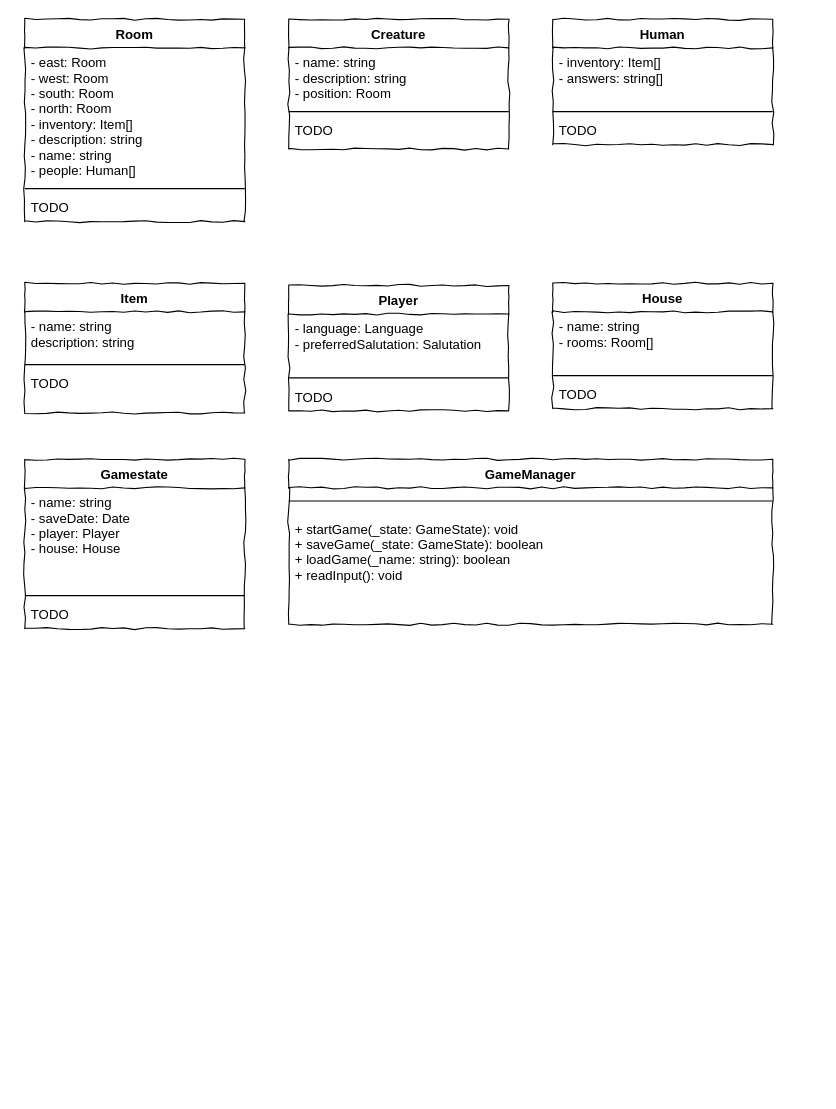
Before: concept/classes.drawio in AljoshaVieth/SoftwareDesignTextAdventure, a draw.io diagram. Source tidied: cells renumbered, new cells numbered last; positions are measured from the earlier drawing's top-left corner, leaving out a move shared by most shapes. Both pictures are drawn from the tidied source at 110%, with x=0, y=0 at pixel (24, 19).
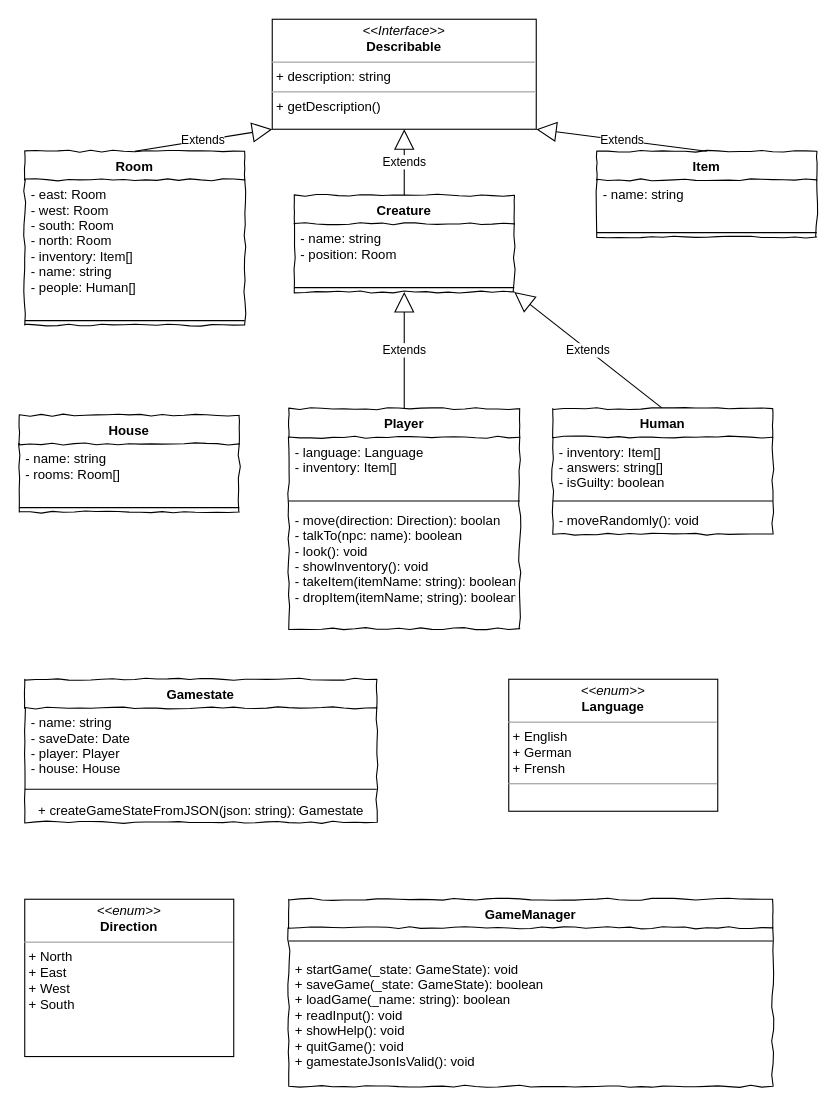
The same diagram, later.

Diff of the diagram source:
```diff
@@
+    <mxCell id="26" value="Gamestate" style="swimlane;fontStyle=1;align=center;verticalAlign=top;horizontal=1;startSize=26;rounded=0;shadow=0;comic=1;strokeWidth=1;" parent="1" vertex="1">
+      <mxGeometry y="600" width="320" height="130" as="geometry" />
+    </mxCell>
+    <mxCell id="27" value="- name: string&#10;- saveDate: Date&#10;- player: Player&#10;- house: House" style="text;strokeColor=none;fillColor=none;align=left;verticalAlign=top;spacingLeft=4;spacingRight=4;overflow=hidden;" parent="26" vertex="1">
+      <mxGeometry y="26" width="320" height="64" as="geometry" />
+    </mxCell>
+    <mxCell id="28" style="line;strokeWidth=1;fillColor=none;align=left;verticalAlign=middle;spacingTop=-1;spacingLeft=3;spacingRight=3;labelPosition=right;" parent="26" vertex="1">
+      <mxGeometry y="90" width="320" height="20" as="geometry" />
+    </mxCell>
+    <mxCell id="33" value="+ createGameStateFromJSON(json: string): Gamestate" style="text;html=1;align=center;verticalAlign=middle;" parent="26" vertex="1">
+      <mxGeometry y="110" width="320" height="20" as="geometry" />
+    </mxCell>
     <mxCell id="2" value="Room" style="swimlane;fontStyle=1;align=center;verticalAlign=top;horizontal=1;startSize=26;rounded=0;shadow=0;comic=1;strokeWidth=1;" parent="1" vertex="1">
-      <mxGeometry width="200" height="184" as="geometry" />
+      <mxGeometry y="120" width="200" height="158" as="geometry" />
     </mxCell>
-    <mxCell id="3" value="- east: Room&#10;- west: Room&#10;- south: Room&#10;- north: Room&#10;- inventory: Item[]&#10;- description: string&#10;- name: string&#10;- people: Human[]" style="text;strokeColor=none;fillColor=none;align=left;verticalAlign=top;spacingLeft=4;spacingRight=4;overflow=hidden;" parent="2" vertex="1">
+    <mxCell id="3" value="- east: Room&#10;- west: Room&#10;- south: Room&#10;- north: Room&#10;- inventory: Item[]&#10;- name: string&#10;- people: Human[]" style="text;strokeColor=none;fillColor=none;align=left;verticalAlign=top;spacingLeft=4;spacingRight=4;overflow=hidden;" parent="2" vertex="1">
       <mxGeometry y="26" width="200" height="124" as="geometry" />
     </mxCell>
@@
-    <mxCell id="5" value="TODO" style="text;strokeColor=none;fillColor=none;align=left;verticalAlign=top;spacingLeft=4;spacingRight=4;overflow=hidden;" parent="2" vertex="1">
-      <mxGeometry y="158" width="200" height="26" as="geometry" />
-    </mxCell>
     <mxCell id="6" value="Item" style="swimlane;fontStyle=1;align=center;verticalAlign=top;horizontal=1;startSize=26;rounded=0;shadow=0;comic=1;strokeWidth=1;" parent="1" vertex="1">
-      <mxGeometry y="240" width="200" height="118" as="geometry" />
+      <mxGeometry x="520" y="120" width="200" height="78" as="geometry" />
     </mxCell>
-    <mxCell id="7" value="- name: string&#10;description: string" style="text;strokeColor=none;fillColor=none;align=left;verticalAlign=top;spacingLeft=4;spacingRight=4;overflow=hidden;" parent="6" vertex="1">
+    <mxCell id="7" value="- name: string" style="text;strokeColor=none;fillColor=none;align=left;verticalAlign=top;spacingLeft=4;spacingRight=4;overflow=hidden;" parent="6" vertex="1">
       <mxGeometry y="26" width="200" height="44" as="geometry" />
     </mxCell>
@@
-    <mxCell id="9" value="TODO" style="text;strokeColor=none;fillColor=none;align=left;verticalAlign=top;spacingLeft=4;spacingRight=4;overflow=hidden;" parent="6" vertex="1">
-      <mxGeometry y="78" width="200" height="40" as="geometry" />
-    </mxCell>
+    <mxCell id="34" value="&lt;p style=&quot;margin: 0px ; margin-top: 4px ; text-align: center&quot;&gt;&lt;i&gt;&amp;lt;&amp;lt;enum&amp;gt;&amp;gt;&lt;/i&gt;&lt;br&gt;&lt;b&gt;Direction&lt;/b&gt;&lt;/p&gt;&lt;hr size=&quot;1&quot;&gt;&lt;p style=&quot;margin: 0px ; margin-left: 4px&quot;&gt;+ North&lt;br&gt;+ East&lt;/p&gt;&lt;p style=&quot;margin: 0px ; margin-left: 4px&quot;&gt;+ West&lt;/p&gt;&lt;p style=&quot;margin: 0px ; margin-left: 4px&quot;&gt;+ South&lt;/p&gt;" style="verticalAlign=top;align=left;overflow=fill;fontSize=12;fontFamily=Helvetica;html=1;" parent="1" vertex="1">
+      <mxGeometry y="800" width="190" height="143" as="geometry" />
+    </mxCell>
+    <mxCell id="35" value="Extends" style="endArrow=block;endSize=16;endFill=0;html=1;exitX=0.5;exitY=0;exitDx=0;exitDy=0;entryX=0.5;entryY=1;entryDx=0;entryDy=0;" parent="1" edge="1" source="22" target="14">
+      <mxGeometry relative="1" as="geometry" />
+    </mxCell>
+    <mxCell id="36" value="Extends" style="endArrow=block;endSize=16;endFill=0;html=1;exitX=0.5;exitY=0;exitDx=0;exitDy=0;entryX=1;entryY=1;entryDx=0;entryDy=0;" parent="1" edge="1" source="10" target="14">
+      <mxGeometry relative="1" as="geometry" />
+    </mxCell>
+    <mxCell id="37" value="&lt;p style=&quot;margin: 0px ; margin-top: 4px ; text-align: center&quot;&gt;&lt;i&gt;&amp;lt;&amp;lt;Interface&amp;gt;&amp;gt;&lt;/i&gt;&lt;br&gt;&lt;b&gt;Describable&lt;/b&gt;&lt;br&gt;&lt;/p&gt;&lt;hr size=&quot;1&quot;&gt;&lt;p style=&quot;margin: 0px ; margin-left: 4px&quot;&gt;+ description: string&lt;br&gt;&lt;/p&gt;&lt;hr size=&quot;1&quot;&gt;&lt;p style=&quot;margin: 0px ; margin-left: 4px&quot;&gt;+ getDescription()&lt;/p&gt;" style="verticalAlign=top;align=left;overflow=fill;fontSize=12;fontFamily=Helvetica;html=1;" parent="1" vertex="1">
+      <mxGeometry x="225" width="240" height="100" as="geometry" />
+    </mxCell>
+    <mxCell id="22" value="Player" style="swimlane;fontStyle=1;align=center;verticalAlign=top;horizontal=1;startSize=26;rounded=0;shadow=0;comic=1;strokeWidth=1;" parent="1" vertex="1">
+      <mxGeometry x="240" y="354" width="210" height="200" as="geometry" />
+    </mxCell>
+    <mxCell id="23" value="- language: Language&#10;- inventory: Item[]" style="text;strokeColor=none;fillColor=none;align=left;verticalAlign=top;spacingLeft=4;spacingRight=4;overflow=hidden;" parent="22" vertex="1">
+      <mxGeometry y="26" width="210" height="54" as="geometry" />
+    </mxCell>
+    <mxCell id="24" style="line;strokeWidth=1;fillColor=none;align=left;verticalAlign=middle;spacingTop=-1;spacingLeft=3;spacingRight=3;labelPosition=right;" parent="22" vertex="1">
+      <mxGeometry y="80" width="210" height="8" as="geometry" />
+    </mxCell>
+    <mxCell id="25" value="- move(direction: Direction): boolan&#10;- talkTo(npc: name): boolean&#10;- look(): void&#10;- showInventory(): void&#10;- takeItem(itemName: string): boolean&#10;- dropItem(itemName; string): boolean&#10;" style="text;strokeColor=none;fillColor=none;align=left;verticalAlign=top;spacingLeft=4;spacingRight=4;overflow=hidden;" parent="22" vertex="1">
+      <mxGeometry y="88" width="210" height="112" as="geometry" />
+    </mxCell>
     <mxCell id="10" value="Human" style="swimlane;fontStyle=1;align=center;verticalAlign=top;horizontal=1;startSize=26;rounded=0;shadow=0;comic=1;strokeWidth=1;" parent="1" vertex="1">
-      <mxGeometry x="480" width="200" height="114" as="geometry" />
+      <mxGeometry x="480" y="354" width="200" height="114" as="geometry" />
     </mxCell>
-    <mxCell id="11" value="- inventory: Item[]&#10;- answers: string[]" style="text;strokeColor=none;fillColor=none;align=left;verticalAlign=top;spacingLeft=4;spacingRight=4;overflow=hidden;" parent="10" vertex="1">
+    <mxCell id="11" value="- inventory: Item[]&#10;- answers: string[]&#10;- isGuilty: boolean" style="text;strokeColor=none;fillColor=none;align=left;verticalAlign=top;spacingLeft=4;spacingRight=4;overflow=hidden;" parent="10" vertex="1">
       <mxGeometry y="26" width="200" height="54" as="geometry" />
     </mxCell>
@@
-    <mxCell id="13" value="TODO" style="text;strokeColor=none;fillColor=none;align=left;verticalAlign=top;spacingLeft=4;spacingRight=4;overflow=hidden;" parent="10" vertex="1">
+    <mxCell id="13" value="- moveRandomly(): void" style="text;strokeColor=none;fillColor=none;align=left;verticalAlign=top;spacingLeft=4;spacingRight=4;overflow=hidden;" parent="10" vertex="1">
       <mxGeometry y="88" width="200" height="26" as="geometry" />
     </mxCell>
     <mxCell id="14" value="Creature" style="swimlane;fontStyle=1;align=center;verticalAlign=top;horizontal=1;startSize=26;rounded=0;shadow=0;comic=1;strokeWidth=1;" parent="1" vertex="1">
-      <mxGeometry x="240" width="200" height="118" as="geometry" />
+      <mxGeometry x="245" y="160" width="200" height="88" as="geometry" />
     </mxCell>
-    <mxCell id="15" value="- name: string&#10;- description: string&#10;- position: Room" style="text;strokeColor=none;fillColor=none;align=left;verticalAlign=top;spacingLeft=4;spacingRight=4;overflow=hidden;" parent="14" vertex="1">
+    <mxCell id="15" value="- name: string&#10;- position: Room" style="text;strokeColor=none;fillColor=none;align=left;verticalAlign=top;spacingLeft=4;spacingRight=4;overflow=hidden;" parent="14" vertex="1">
       <mxGeometry y="26" width="200" height="54" as="geometry" />
     </mxCell>
@@
-    <mxCell id="17" value="TODO" style="text;strokeColor=none;fillColor=none;align=left;verticalAlign=top;spacingLeft=4;spacingRight=4;overflow=hidden;" parent="14" vertex="1">
-      <mxGeometry y="88" width="200" height="30" as="geometry" />
-    </mxCell>
+    <mxCell id="38" value="Extends" style="endArrow=block;endSize=16;endFill=0;html=1;exitX=0.5;exitY=0;exitDx=0;exitDy=0;entryX=0.5;entryY=1;entryDx=0;entryDy=0;" parent="1" edge="1" source="14" target="37">
+      <mxGeometry relative="1" as="geometry" />
+    </mxCell>
+    <mxCell id="30" value="GameManager" style="swimlane;fontStyle=1;align=center;verticalAlign=top;horizontal=1;startSize=26;rounded=0;shadow=0;comic=1;strokeWidth=1;" parent="1" vertex="1">
+      <mxGeometry x="240" y="800" width="440" height="170" as="geometry" />
+    </mxCell>
+    <mxCell id="31" style="line;strokeWidth=1;fillColor=none;align=left;verticalAlign=middle;spacingTop=-1;spacingLeft=3;spacingRight=3;labelPosition=right;" parent="30" vertex="1">
+      <mxGeometry y="26" width="440" height="24" as="geometry" />
+    </mxCell>
+    <mxCell id="32" value="+ startGame(_state: GameState): void&#10;+ saveGame(_state: GameState): boolean&#10;+ loadGame(_name: string): boolean&#10;+ readInput(): void&#10;+ showHelp(): void&#10;+ quitGame(): void&#10;+ gamestateJsonIsValid(): void" style="text;strokeColor=none;fillColor=none;align=left;verticalAlign=top;spacingLeft=4;spacingRight=4;overflow=hidden;" parent="30" vertex="1">
+      <mxGeometry y="50" width="440" height="120" as="geometry" />
+    </mxCell>
+    <mxCell id="39" value="Extends" style="endArrow=block;endSize=16;endFill=0;html=1;exitX=0.5;exitY=0;exitDx=0;exitDy=0;entryX=0;entryY=1;entryDx=0;entryDy=0;" parent="1" edge="1" source="2" target="37">
+      <mxGeometry relative="1" as="geometry" />
+    </mxCell>
+    <mxCell id="40" value="Extends" style="endArrow=block;endSize=16;endFill=0;html=1;exitX=0.5;exitY=0;exitDx=0;exitDy=0;entryX=1;entryY=1;entryDx=0;entryDy=0;" parent="1" edge="1" source="6" target="37">
+      <mxGeometry relative="1" as="geometry" />
+    </mxCell>
     <mxCell id="18" value="House" style="swimlane;fontStyle=1;align=center;verticalAlign=top;horizontal=1;startSize=26;rounded=0;shadow=0;comic=1;strokeWidth=1;" parent="1" vertex="1">
-      <mxGeometry x="480" y="240" width="200" height="114" as="geometry" />
+      <mxGeometry x="-5" y="360" width="200" height="88" as="geometry" />
     </mxCell>
@@
-    <mxCell id="21" value="TODO" style="text;strokeColor=none;fillColor=none;align=left;verticalAlign=top;spacingLeft=4;spacingRight=4;overflow=hidden;" parent="18" vertex="1">
-      <mxGeometry y="88" width="200" height="26" as="geometry" />
-    </mxCell>
-    <mxCell id="22" value="Player" style="swimlane;fontStyle=1;align=center;verticalAlign=top;horizontal=1;startSize=26;rounded=0;shadow=0;comic=1;strokeWidth=1;" parent="1" vertex="1">
-      <mxGeometry x="240" y="242" width="200" height="114" as="geometry" />
-    </mxCell>
-    <mxCell id="23" value="- language: Language&#10;- preferredSalutation: Salutation" style="text;strokeColor=none;fillColor=none;align=left;verticalAlign=top;spacingLeft=4;spacingRight=4;overflow=hidden;" parent="22" vertex="1">
-      <mxGeometry y="26" width="200" height="54" as="geometry" />
-    </mxCell>
-    <mxCell id="24" style="line;strokeWidth=1;fillColor=none;align=left;verticalAlign=middle;spacingTop=-1;spacingLeft=3;spacingRight=3;labelPosition=right;" parent="22" vertex="1">
-      <mxGeometry y="80" width="200" height="8" as="geometry" />
-    </mxCell>
-    <mxCell id="25" value="TODO" style="text;strokeColor=none;fillColor=none;align=left;verticalAlign=top;spacingLeft=4;spacingRight=4;overflow=hidden;" parent="22" vertex="1">
-      <mxGeometry y="88" width="200" height="26" as="geometry" />
-    </mxCell>
-    <mxCell id="26" value="Gamestate" style="swimlane;fontStyle=1;align=center;verticalAlign=top;horizontal=1;startSize=26;rounded=0;shadow=0;comic=1;strokeWidth=1;" parent="1" vertex="1">
-      <mxGeometry y="400" width="200" height="154" as="geometry" />
-    </mxCell>
-    <mxCell id="27" value="- name: string&#10;- saveDate: Date&#10;- player: Player&#10;- house: House" style="text;strokeColor=none;fillColor=none;align=left;verticalAlign=top;spacingLeft=4;spacingRight=4;overflow=hidden;" parent="26" vertex="1">
-      <mxGeometry y="26" width="200" height="94" as="geometry" />
-    </mxCell>
-    <mxCell id="28" style="line;strokeWidth=1;fillColor=none;align=left;verticalAlign=middle;spacingTop=-1;spacingLeft=3;spacingRight=3;labelPosition=right;" parent="26" vertex="1">
-      <mxGeometry y="120" width="200" height="8" as="geometry" />
-    </mxCell>
-    <mxCell id="29" value="TODO" style="text;strokeColor=none;fillColor=none;align=left;verticalAlign=top;spacingLeft=4;spacingRight=4;overflow=hidden;" parent="26" vertex="1">
-      <mxGeometry y="128" width="200" height="26" as="geometry" />
-    </mxCell>
-    <mxCell id="30" value="GameManager" style="swimlane;fontStyle=1;align=center;verticalAlign=top;horizontal=1;startSize=26;rounded=0;shadow=0;comic=1;strokeWidth=1;" parent="1" vertex="1">
-      <mxGeometry x="240" y="400" width="440" height="150" as="geometry" />
-    </mxCell>
-    <mxCell id="31" style="line;strokeWidth=1;fillColor=none;align=left;verticalAlign=middle;spacingTop=-1;spacingLeft=3;spacingRight=3;labelPosition=right;" parent="30" vertex="1">
-      <mxGeometry y="26" width="440" height="24" as="geometry" />
-    </mxCell>
-    <mxCell id="32" value="+ startGame(_state: GameState): void&#10;+ saveGame(_state: GameState): boolean&#10;+ loadGame(_name: string): boolean&#10;+ readInput(): void" style="text;strokeColor=none;fillColor=none;align=left;verticalAlign=top;spacingLeft=4;spacingRight=4;overflow=hidden;" parent="30" vertex="1">
-      <mxGeometry y="50" width="440" height="100" as="geometry" />
-    </mxCell>
+    <mxCell id="41" value="&lt;p style=&quot;margin: 0px ; margin-top: 4px ; text-align: center&quot;&gt;&lt;i&gt;&amp;lt;&amp;lt;enum&amp;gt;&amp;gt;&lt;/i&gt;&lt;br&gt;&lt;b&gt;Language&lt;/b&gt;&lt;/p&gt;&lt;hr size=&quot;1&quot;&gt;&lt;p style=&quot;margin: 0px ; margin-left: 4px&quot;&gt;+ English&lt;br&gt;+ German&lt;/p&gt;&lt;p style=&quot;margin: 0px ; margin-left: 4px&quot;&gt;+ Frensh&lt;/p&gt;&lt;hr size=&quot;1&quot;&gt;&lt;p style=&quot;margin: 0px ; margin-left: 4px&quot;&gt;&lt;br&gt;&lt;/p&gt;" style="verticalAlign=top;align=left;overflow=fill;fontSize=12;fontFamily=Helvetica;html=1;" parent="1" vertex="1">
+      <mxGeometry x="440" y="600" width="190" height="120" as="geometry" />
+    </mxCell>
```
